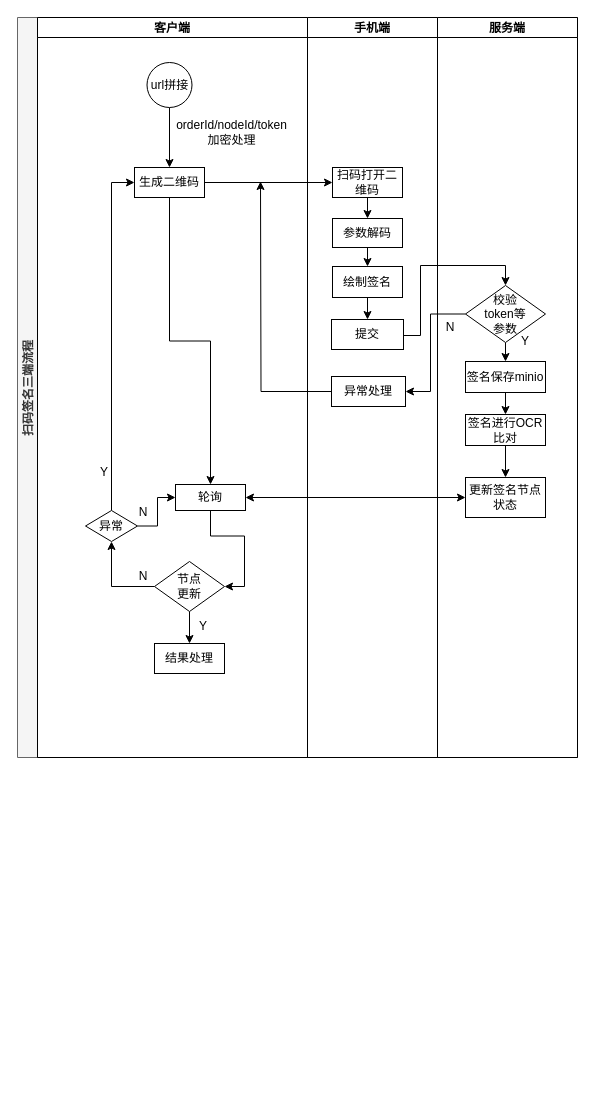
hhxEmily521/pictures keeps this draw.io diagram as imgs/未命名绘图.drawio. Above is the earlier version. Source tidied: cells renumbered, new cells numbered last; positions are measured from the earlier drawing's top-left corner, leaving out a move shared by most shapes. Both pictures are drawn from the tidied source at 100%, with x=0, y=0 at pixel (17, 17).
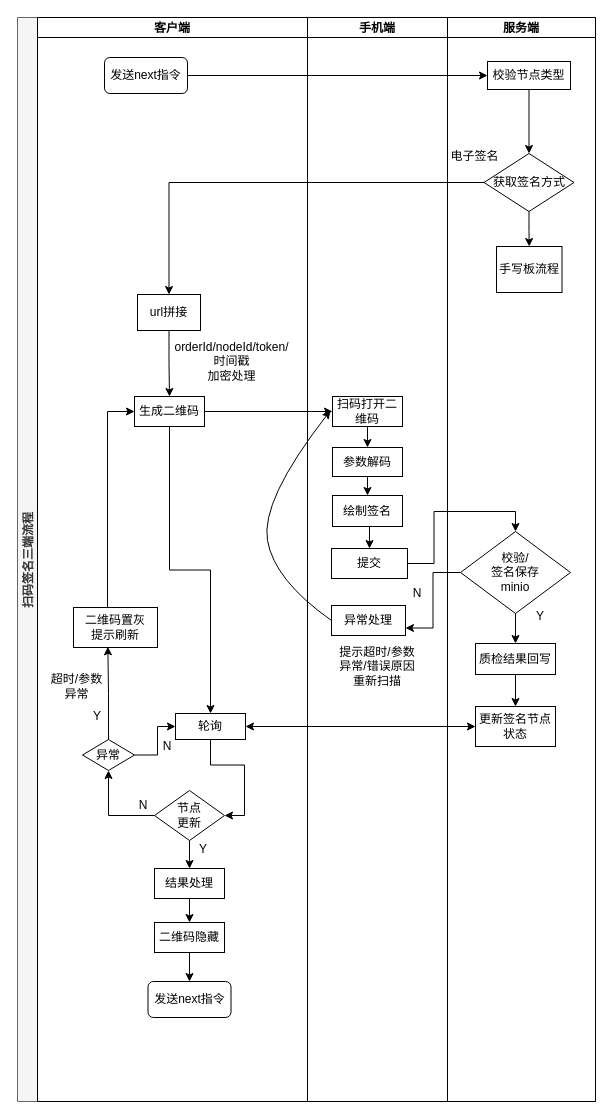
The same diagram, later.

Commit message:
更新未命名绘图.drawio

Change to the diagram source:
```diff
@@
     <mxCell id="2" value="扫码签名三端流程" style="swimlane;startSize=20;horizontal=0;fillColor=#f5f5f5;fontColor=#333333;strokeColor=#666666;" parent="1" vertex="1">
-      <mxGeometry width="560" height="740" as="geometry" />
+      <mxGeometry width="578" height="1084" as="geometry" />
     </mxCell>
     <mxCell id="3" value="客户端" style="swimlane;startSize=20;" parent="2" vertex="1">
-      <mxGeometry x="20" width="270" height="740" as="geometry" />
+      <mxGeometry x="20" width="270" height="1084" as="geometry" />
     </mxCell>
-    <mxCell id="4" style="edgeStyle=orthogonalEdgeStyle;rounded=0;jettySize=auto;html=1;exitX=0.5;exitY=1;exitDx=0;exitDy=0;entryX=0.5;entryY=0;entryDx=0;entryDy=0;" parent="3" edge="1" source="5" target="7">
-      <mxGeometry relative="1" as="geometry" />
-    </mxCell>
-    <mxCell id="5" value="url拼接" style="ellipse;whiteSpace=wrap;html=1;" parent="3" vertex="1">
-      <mxGeometry x="109.5" y="45" width="45" height="45" as="geometry" />
-    </mxCell>
@@
     <mxCell id="7" value="生成二维码" style="rounded=0;whiteSpace=wrap;html=1;fontFamily=Helvetica;fontSize=12;fontColor=#000000;align=center;" parent="3" vertex="1">
-      <mxGeometry x="97" y="150" width="70" height="30" as="geometry" />
+      <mxGeometry x="97" y="379" width="70" height="30" as="geometry" />
     </mxCell>
-    <mxCell id="8" value="orderId/nodeId/token&lt;br&gt;加密处理" style="text;html=1;align=center;verticalAlign=middle;whiteSpace=wrap;rounded=0;opacity=0;fillStyle=solid;" parent="3" vertex="1">
-      <mxGeometry x="167" y="100" width="55" height="30" as="geometry" />
+    <mxCell id="8" value="orderId/nodeId/token/时间戳&lt;br&gt;加密处理" style="text;html=1;align=center;verticalAlign=middle;whiteSpace=wrap;rounded=0;opacity=0;fillStyle=solid;" parent="3" vertex="1">
+      <mxGeometry x="167" y="329" width="55" height="30" as="geometry" />
     </mxCell>
@@
     <mxCell id="10" value="轮询" style="rounded=0;whiteSpace=wrap;html=1;fontFamily=Helvetica;fontSize=12;fontColor=#000000;align=center;" parent="3" vertex="1">
-      <mxGeometry x="138" y="467" width="70" height="26" as="geometry" />
+      <mxGeometry x="138" y="696" width="70" height="26" as="geometry" />
     </mxCell>
@@
     <mxCell id="13" value="节点&lt;br&gt;更新" style="rhombus;whiteSpace=wrap;html=1;fontFamily=Helvetica;fontSize=12;fontColor=#000000;align=center;" parent="3" vertex="1">
-      <mxGeometry x="117" y="544" width="70" height="50" as="geometry" />
+      <mxGeometry x="117" y="773" width="70" height="50" as="geometry" />
     </mxCell>
+    <mxCell id="48" style="edgeStyle=orthogonalEdgeStyle;rounded=0;jettySize=auto;html=1;entryX=0.5;entryY=0;entryDx=0;entryDy=0;" parent="3" edge="1" source="14" target="56">
+      <mxGeometry relative="1" as="geometry" />
+    </mxCell>
     <mxCell id="14" value="结果处理" style="rounded=0;whiteSpace=wrap;html=1;fontFamily=Helvetica;fontSize=12;fontColor=#000000;align=center;" parent="3" vertex="1">
-      <mxGeometry x="117" y="626" width="70" height="30" as="geometry" />
+      <mxGeometry x="117" y="851" width="70" height="30" as="geometry" />
     </mxCell>
     <mxCell id="15" value="Y" style="text;html=1;strokeColor=none;fillColor=none;align=center;verticalAlign=middle;whiteSpace=wrap;rounded=0;fillStyle=solid;strokeWidth=1;opacity=0;" parent="3" vertex="1">
-      <mxGeometry x="136" y="594" width="60" height="30" as="geometry" />
+      <mxGeometry x="136" y="817" width="60" height="30" as="geometry" />
     </mxCell>
     <mxCell id="16" style="edgeStyle=orthogonalEdgeStyle;rounded=0;jettySize=auto;html=1;entryX=0;entryY=0.5;entryDx=0;entryDy=0;" parent="3" edge="1" source="18" target="10">
       <mxGeometry relative="1" as="geometry">
         <Array as="points">
-          <mxPoint x="120" y="509" />
-          <mxPoint x="120" y="480" />
-          <mxPoint x="138" y="480" />
+          <mxPoint x="120" y="738" />
+          <mxPoint x="120" y="709" />
+          <mxPoint x="138" y="709" />
         </Array>
       </mxGeometry>
     </mxCell>
-    <mxCell id="17" style="edgeStyle=orthogonalEdgeStyle;rounded=0;jettySize=auto;html=1;entryX=0;entryY=0.5;entryDx=0;entryDy=0;" parent="3" edge="1" source="18" target="7">
-      <mxGeometry relative="1" as="geometry" />
-    </mxCell>
+    <mxCell id="49" style="edgeStyle=orthogonalEdgeStyle;rounded=0;jettySize=auto;html=1;entryX=0.409;entryY=0.982;entryDx=0;entryDy=0;entryPerimeter=0;" parent="3" edge="1" source="18" target="54">
+      <mxGeometry relative="1" as="geometry" />
+    </mxCell>
     <mxCell id="18" value="异常" style="rhombus;whiteSpace=wrap;html=1;fontFamily=Helvetica;fontSize=12;fontColor=#000000;align=center;" parent="3" vertex="1">
-      <mxGeometry x="48" y="493" width="52" height="31" as="geometry" />
+      <mxGeometry x="45" y="722" width="52" height="31" as="geometry" />
     </mxCell>
     <mxCell id="19" value="Y" style="text;html=1;strokeColor=none;fillColor=none;align=center;verticalAlign=middle;whiteSpace=wrap;rounded=0;fillStyle=solid;strokeWidth=1;opacity=0;" parent="3" vertex="1">
-      <mxGeometry x="37" y="440" width="60" height="30" as="geometry" />
+      <mxGeometry x="30" y="684" width="60" height="30" as="geometry" />
     </mxCell>
     <mxCell id="20" value="N" style="text;html=1;strokeColor=none;fillColor=none;align=center;verticalAlign=middle;whiteSpace=wrap;rounded=0;fillStyle=solid;strokeWidth=1;opacity=0;" parent="3" vertex="1">
-      <mxGeometry x="76" y="544" width="60" height="30" as="geometry" />
+      <mxGeometry x="76" y="773" width="60" height="30" as="geometry" />
     </mxCell>
+    <mxCell id="50" style="curved=1;endArrow=classic;html=1;rounded=0;exitX=0;exitY=0.5;exitDx=0;exitDy=0;" parent="3" edge="1" source="31">
+      <mxGeometry relative="1" as="geometry">
+        <mxPoint x="293" y="393" as="targetPoint" />
+        <Array as="points">
+          <mxPoint x="237" y="563" />
+          <mxPoint x="223" y="483" />
+        </Array>
+      </mxGeometry>
+    </mxCell>
+    <mxCell id="4" style="edgeStyle=orthogonalEdgeStyle;rounded=0;jettySize=auto;html=1;entryX=0.5;entryY=0;entryDx=0;entryDy=0;" parent="3" edge="1" source="5" target="7">
+      <mxGeometry relative="1" as="geometry" />
+    </mxCell>
+    <mxCell id="5" value="url拼接" style="rounded=0;whiteSpace=wrap;html=1;" parent="3" vertex="1">
+      <mxGeometry x="100" y="277" width="63" height="36" as="geometry" />
+    </mxCell>
+    <mxCell id="51" value="发送next指令" style="rounded=1;whiteSpace=wrap;html=1;" parent="3" vertex="1">
+      <mxGeometry x="67" y="40" width="83" height="36" as="geometry" />
+    </mxCell>
+    <mxCell id="52" value="超时/参数异常" style="text;html=1;align=center;verticalAlign=middle;whiteSpace=wrap;rounded=0;opacity=0;fillStyle=solid;" parent="3" vertex="1">
+      <mxGeometry x="12" y="654" width="55" height="30" as="geometry" />
+    </mxCell>
+    <mxCell id="53" style="edgeStyle=orthogonalEdgeStyle;rounded=0;jettySize=auto;html=1;entryX=0;entryY=0.5;entryDx=0;entryDy=0;" parent="3" edge="1" source="54" target="7">
+      <mxGeometry relative="1" as="geometry">
+        <Array as="points">
+          <mxPoint x="70" y="394" />
+        </Array>
+      </mxGeometry>
+    </mxCell>
+    <mxCell id="54" value="二维码置灰&lt;br&gt;提示刷新" style="rounded=0;whiteSpace=wrap;html=1;fontFamily=Helvetica;fontSize=12;fontColor=#000000;align=center;" parent="3" vertex="1">
+      <mxGeometry x="36" y="590" width="84" height="40" as="geometry" />
+    </mxCell>
     <mxCell id="21" value="N" style="text;html=1;strokeColor=none;fillColor=none;align=center;verticalAlign=middle;whiteSpace=wrap;rounded=0;fillStyle=solid;strokeWidth=1;opacity=0;" parent="3" vertex="1">
-      <mxGeometry x="76" y="480" width="60" height="30" as="geometry" />
+      <mxGeometry x="100" y="714" width="60" height="30" as="geometry" />
     </mxCell>
+    <mxCell id="55" style="edgeStyle=orthogonalEdgeStyle;rounded=0;jettySize=auto;html=1;exitX=0.5;exitY=1;exitDx=0;exitDy=0;entryX=0.5;entryY=0;entryDx=0;entryDy=0;" parent="3" edge="1" source="56" target="57">
+      <mxGeometry relative="1" as="geometry" />
+    </mxCell>
+    <mxCell id="56" value="二维码隐藏" style="rounded=0;whiteSpace=wrap;html=1;fontFamily=Helvetica;fontSize=12;fontColor=#000000;align=center;" parent="3" vertex="1">
+      <mxGeometry x="117" y="905" width="70" height="30" as="geometry" />
+    </mxCell>
+    <mxCell id="57" value="发送next指令" style="rounded=1;whiteSpace=wrap;html=1;" parent="3" vertex="1">
+      <mxGeometry x="110.5" y="964" width="83" height="36" as="geometry" />
+    </mxCell>
     <mxCell id="22" value="手机端" style="swimlane;startSize=20;" parent="2" vertex="1">
-      <mxGeometry x="290" width="130" height="740" as="geometry" />
+      <mxGeometry x="290" width="140" height="1084" as="geometry" />
     </mxCell>
     <mxCell id="23" style="rounded=0;whiteSpace=wrap;html=1;fillStyle=solid;fillColor=#FFFFFF;opacity=0;" parent="22" vertex="1">
-      <mxGeometry x="25" y="160" width="80" height="30" as="geometry" />
+      <mxGeometry x="25" y="389" width="80" height="30" as="geometry" />
     </mxCell>
     <mxCell id="24" style="rounded=0;whiteSpace=wrap;html=1;fillStyle=solid;fillColor=#FFFFFF;opacity=0;" parent="22" vertex="1">
-      <mxGeometry x="10" y="160" width="120" height="60" as="geometry" />
+      <mxGeometry x="10" y="389" width="120" height="60" as="geometry" />
     </mxCell>
@@
     <mxCell id="26" value="扫码打开二维码" style="rounded=0;whiteSpace=wrap;html=1;fontFamily=Helvetica;fontSize=12;fontColor=#000000;align=center;" parent="22" vertex="1">
-      <mxGeometry x="25" y="150" width="70" height="30" as="geometry" />
+      <mxGeometry x="25" y="379" width="70" height="30" as="geometry" />
     </mxCell>
@@
     <mxCell id="28" value="参数解码" style="rounded=0;whiteSpace=wrap;html=1;fontFamily=Helvetica;fontSize=12;fontColor=#000000;align=center;" parent="22" vertex="1">
-      <mxGeometry x="25" y="201" width="70" height="29" as="geometry" />
+      <mxGeometry x="25" y="430" width="70" height="29" as="geometry" />
     </mxCell>
@@
     <mxCell id="30" value="绘制签名" style="rounded=0;whiteSpace=wrap;html=1;fontFamily=Helvetica;fontSize=12;fontColor=#000000;align=center;" parent="22" vertex="1">
-      <mxGeometry x="25" y="249" width="70" height="31" as="geometry" />
+      <mxGeometry x="25" y="478" width="70" height="31" as="geometry" />
     </mxCell>
     <mxCell id="31" value="异常处理" style="rounded=0;whiteSpace=wrap;html=1;fontFamily=Helvetica;fontSize=12;fontColor=#000000;align=center;" parent="22" vertex="1">
-      <mxGeometry x="24" y="359" width="74" height="30" as="geometry" />
+      <mxGeometry x="24" y="588" width="74" height="30" as="geometry" />
     </mxCell>
     <mxCell id="32" value="提交" style="rounded=0;whiteSpace=wrap;html=1;fontFamily=Helvetica;fontSize=12;fontColor=#000000;align=center;" parent="22" vertex="1">
-      <mxGeometry x="24" y="302" width="72" height="30" as="geometry" />
+      <mxGeometry x="24" y="531" width="76" height="30" as="geometry" />
     </mxCell>
-    <mxCell id="33" value="服务端" style="swimlane;startSize=20;" parent="2" vertex="1">
-      <mxGeometry x="420" width="140" height="740" as="geometry" />
-    </mxCell>
-    <mxCell id="34" style="edgeStyle=orthogonalEdgeStyle;rounded=0;jettySize=auto;html=1;exitX=0.5;exitY=1;exitDx=0;exitDy=0;entryX=0.5;entryY=0;entryDx=0;entryDy=0;" parent="33" edge="1" source="35" target="37">
-      <mxGeometry relative="1" as="geometry" />
-    </mxCell>
-    <mxCell id="35" value="校验&lt;br&gt;token等&lt;br&gt;参数" style="rhombus;whiteSpace=wrap;html=1;fontFamily=Helvetica;fontSize=12;fontColor=#000000;align=center;" parent="33" vertex="1">
-      <mxGeometry x="28" y="268" width="80" height="57" as="geometry" />
-    </mxCell>
-    <mxCell id="36" style="edgeStyle=orthogonalEdgeStyle;rounded=0;jettySize=auto;html=1;" parent="33" edge="1" source="37" target="42">
-      <mxGeometry relative="1" as="geometry" />
-    </mxCell>
-    <mxCell id="37" value="签名保存minio" style="rounded=0;whiteSpace=wrap;html=1;fontFamily=Helvetica;fontSize=12;fontColor=#000000;align=center;" parent="33" vertex="1">
-      <mxGeometry x="28" y="344" width="80" height="31" as="geometry" />
-    </mxCell>
-    <mxCell id="38" value="更新签名节点状态" style="rounded=0;whiteSpace=wrap;html=1;fontFamily=Helvetica;fontSize=12;fontColor=#000000;align=center;" parent="33" vertex="1">
-      <mxGeometry x="28" y="460" width="80" height="40" as="geometry" />
-    </mxCell>
-    <mxCell id="39" value="Y" style="text;html=1;strokeColor=none;fillColor=none;align=center;verticalAlign=middle;whiteSpace=wrap;rounded=0;fillStyle=solid;strokeWidth=1;opacity=0;" parent="33" vertex="1">
-      <mxGeometry x="58" y="309" width="60" height="30" as="geometry" />
-    </mxCell>
-    <mxCell id="40" value="N" style="text;html=1;strokeColor=none;fillColor=none;align=center;verticalAlign=middle;whiteSpace=wrap;rounded=0;fillStyle=solid;strokeWidth=1;opacity=0;" parent="33" vertex="1">
-      <mxGeometry x="-17" y="295" width="60" height="30" as="geometry" />
+    <mxCell id="40" value="N" style="text;html=1;strokeColor=none;fillColor=none;align=center;verticalAlign=middle;whiteSpace=wrap;rounded=0;fillStyle=solid;strokeWidth=1;opacity=0;" parent="22" vertex="1">
+      <mxGeometry x="80" y="561" width="60" height="30" as="geometry" />
     </mxCell>
-    <mxCell id="41" style="edgeStyle=orthogonalEdgeStyle;rounded=0;jettySize=auto;html=1;" parent="33" edge="1" source="42" target="38">
-      <mxGeometry relative="1" as="geometry" />
-    </mxCell>
-    <mxCell id="42" value="签名进行OCR比对" style="rounded=0;whiteSpace=wrap;html=1;fontFamily=Helvetica;fontSize=12;fontColor=#000000;align=center;" parent="33" vertex="1">
-      <mxGeometry x="28" y="397" width="80" height="31" as="geometry" />
-    </mxCell>
+    <mxCell id="58" value="提示超时/参数异常/错误原因重新扫描" style="text;html=1;align=center;verticalAlign=middle;whiteSpace=wrap;rounded=0;opacity=0;fillStyle=solid;" parent="22" vertex="1">
+      <mxGeometry x="27.2" y="634" width="85.5" height="30" as="geometry" />
+    </mxCell>
@@
     <mxCell id="45" style="edgeStyle=orthogonalEdgeStyle;rounded=0;jettySize=auto;html=1;entryX=0.5;entryY=0;entryDx=0;entryDy=0;" parent="2" edge="1" source="32" target="35">
-      <mxGeometry relative="1" as="geometry">
-        <Array as="points">
-          <mxPoint x="403" y="318" />
-          <mxPoint x="403" y="248" />
-          <mxPoint x="488" y="248" />
-        </Array>
-      </mxGeometry>
+      <mxGeometry relative="1" as="geometry" />
     </mxCell>
-    <mxCell id="46" style="edgeStyle=orthogonalEdgeStyle;rounded=0;jettySize=auto;html=1;entryX=1;entryY=0.5;entryDx=0;entryDy=0;" parent="2" edge="1" source="35" target="31">
-      <mxGeometry relative="1" as="geometry">
-        <Array as="points">
-          <mxPoint x="413" y="297" />
-          <mxPoint x="413" y="374" />
-        </Array>
-      </mxGeometry>
+    <mxCell id="46" style="edgeStyle=orthogonalEdgeStyle;rounded=0;jettySize=auto;html=1;entryX=1;entryY=0.75;entryDx=0;entryDy=0;" parent="2" edge="1" source="35" target="31">
+      <mxGeometry relative="1" as="geometry" />
     </mxCell>
-    <mxCell id="47" style="edgeStyle=orthogonalEdgeStyle;rounded=0;jettySize=auto;html=1;" parent="1" edge="1" source="31">
-      <mxGeometry relative="1" as="geometry">
-        <mxPoint x="243" y="164" as="targetPoint" />
-      </mxGeometry>
-    </mxCell>
+    <mxCell id="59" style="edgeStyle=orthogonalEdgeStyle;rounded=0;jettySize=auto;html=1;exitX=1;exitY=0.5;exitDx=0;exitDy=0;" parent="2" edge="1" source="51" target="63">
+      <mxGeometry relative="1" as="geometry" />
+    </mxCell>
+    <mxCell id="60" style="edgeStyle=orthogonalEdgeStyle;rounded=0;jettySize=auto;html=1;" parent="2" edge="1" source="65" target="5">
+      <mxGeometry relative="1" as="geometry" />
+    </mxCell>
+    <mxCell id="33" value="服务端" style="swimlane;startSize=20;" parent="2" vertex="1">
+      <mxGeometry x="430" width="148" height="1084" as="geometry" />
+    </mxCell>
+    <mxCell id="61" style="edgeStyle=orthogonalEdgeStyle;rounded=0;jettySize=auto;html=1;" parent="33" edge="1" source="35" target="42">
+      <mxGeometry relative="1" as="geometry" />
+    </mxCell>
+    <mxCell id="35" value="校验/&lt;br&gt;签名保存&lt;br&gt;minio" style="rhombus;whiteSpace=wrap;html=1;fontFamily=Helvetica;fontSize=12;fontColor=#000000;align=center;" parent="33" vertex="1">
+      <mxGeometry x="13" y="514" width="110" height="82" as="geometry" />
+    </mxCell>
+    <mxCell id="38" value="更新签名节点状态" style="rounded=0;whiteSpace=wrap;html=1;fontFamily=Helvetica;fontSize=12;fontColor=#000000;align=center;" parent="33" vertex="1">
+      <mxGeometry x="28" y="689" width="80" height="40" as="geometry" />
+    </mxCell>
+    <mxCell id="41" style="edgeStyle=orthogonalEdgeStyle;rounded=0;jettySize=auto;html=1;" parent="33" edge="1" source="42" target="38">
+      <mxGeometry relative="1" as="geometry" />
+    </mxCell>
+    <mxCell id="42" value="质检结果回写" style="rounded=0;whiteSpace=wrap;html=1;fontFamily=Helvetica;fontSize=12;fontColor=#000000;align=center;" parent="33" vertex="1">
+      <mxGeometry x="28" y="626" width="80" height="31" as="geometry" />
+    </mxCell>
+    <mxCell id="39" value="Y" style="text;html=1;strokeColor=none;fillColor=none;align=center;verticalAlign=middle;whiteSpace=wrap;rounded=0;fillStyle=solid;strokeWidth=1;opacity=0;" parent="33" vertex="1">
+      <mxGeometry x="63" y="584" width="60" height="30" as="geometry" />
+    </mxCell>
+    <mxCell id="62" style="edgeStyle=orthogonalEdgeStyle;rounded=0;jettySize=auto;html=1;entryX=0.5;entryY=0;entryDx=0;entryDy=0;" parent="33" edge="1" source="63" target="65">
+      <mxGeometry relative="1" as="geometry" />
+    </mxCell>
+    <mxCell id="63" value="校验节点类型" style="rounded=0;whiteSpace=wrap;html=1;" parent="33" vertex="1">
+      <mxGeometry x="40" y="44" width="83" height="28" as="geometry" />
+    </mxCell>
+    <mxCell id="64" style="edgeStyle=orthogonalEdgeStyle;rounded=0;jettySize=auto;html=1;entryX=0.5;entryY=0;entryDx=0;entryDy=0;" parent="33" edge="1" source="65" target="66">
+      <mxGeometry relative="1" as="geometry" />
+    </mxCell>
+    <mxCell id="65" value="获取签名方式" style="rhombus;whiteSpace=wrap;html=1;fontFamily=Helvetica;fontSize=12;fontColor=#000000;align=center;" parent="33" vertex="1">
+      <mxGeometry x="36.5" y="136" width="90" height="58" as="geometry" />
+    </mxCell>
+    <mxCell id="66" value="手写板流程" style="rounded=0;whiteSpace=wrap;html=1;" parent="33" vertex="1">
+      <mxGeometry x="49" y="229" width="65.5" height="46" as="geometry" />
+    </mxCell>
+    <mxCell id="67" value="电子签名" style="text;html=1;align=center;verticalAlign=middle;whiteSpace=wrap;rounded=0;opacity=0;fillStyle=solid;" parent="33" vertex="1">
+      <mxGeometry y="124" width="55" height="30" as="geometry" />
+    </mxCell>
```
